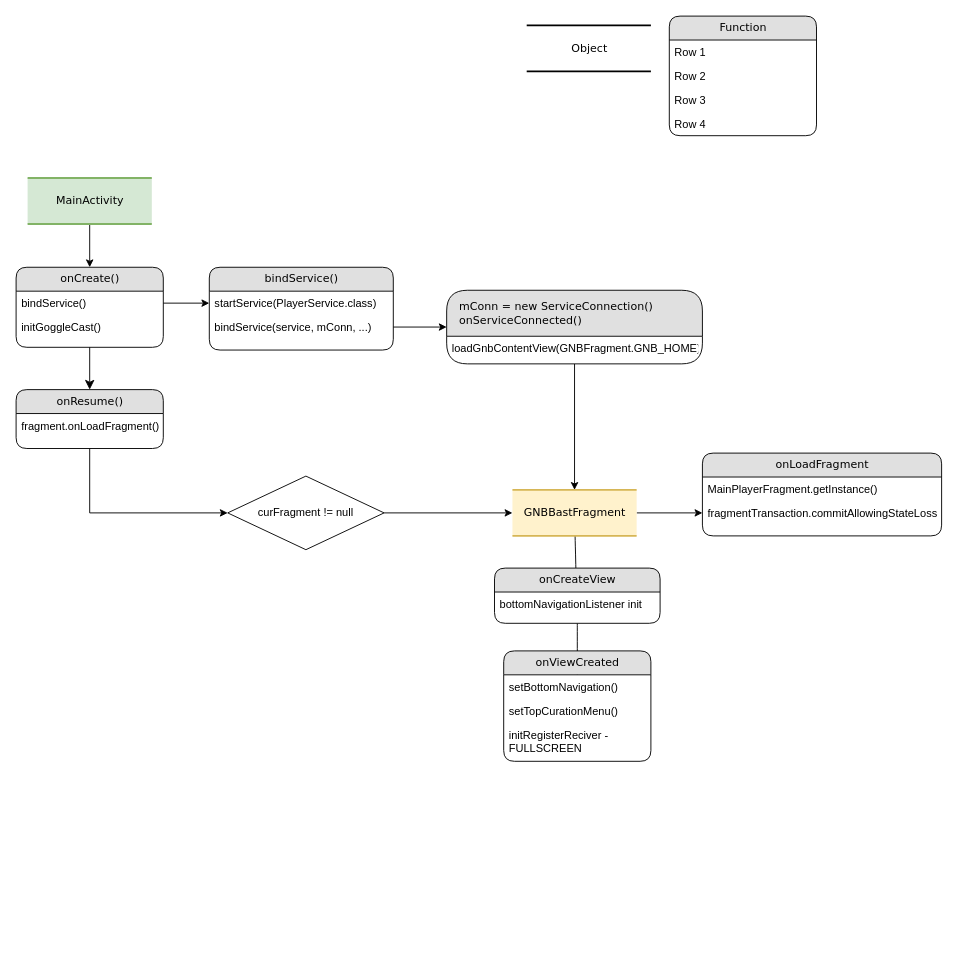
Above: myk-adStream.drawio in b3lon9/uml (draw.io), before the change. Source tidied: cells renumbered, new cells numbered last; positions are measured from the earlier drawing's top-left corner, leaving out a move shared by most shapes. Both pictures are drawn from the tidied source at 92%, with x=0, y=0 at pixel (16, 16).
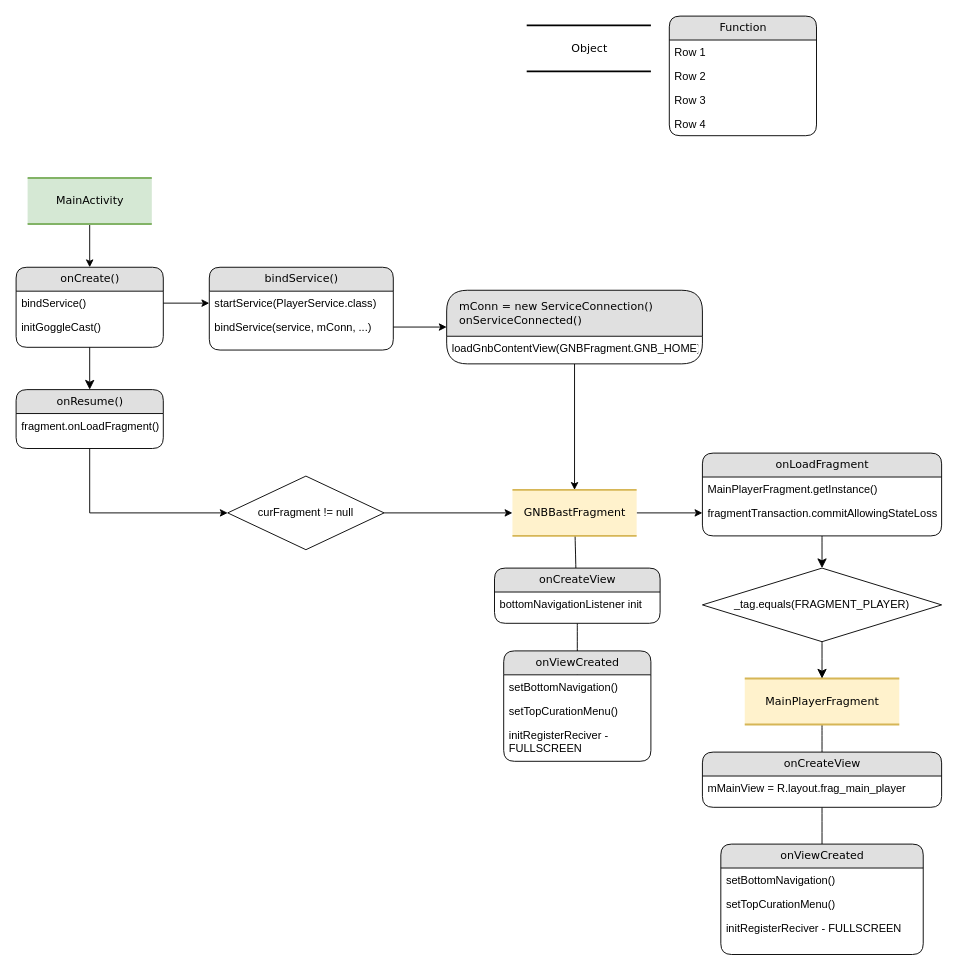
The same diagram, later.

The change refers to these unchanged cells:
```xml
<mxCell id="16" value="onLoadFragment" style="swimlane;html=1;fontStyle=0;horizontal=1;startSize=26;fillColor=#e0e0e0;swimlaneFillColor=#ffffff;align=center;rounded=1;shadow=0;comic=0;labelBackgroundColor=none;strokeWidth=1;fontFamily=Verdana;fontSize=12;" parent="1" vertex="1">
  <mxGeometry x="746" y="475" width="260" height="90" as="geometry" />
</mxCell>
```

The edit, as a diff of the source:
```diff
@@
+    <mxCell id="40" style="edgeStyle=none;curved=1;rounded=0;jettySize=auto;html=1;fontSize=12;startSize=8;endSize=8;" parent="1" edge="1" source="16" target="44">
+      <mxGeometry relative="1" as="geometry" />
+    </mxCell>
@@
+    <mxCell id="41" style="edgeStyle=none;curved=1;rounded=0;jettySize=auto;html=1;fontSize=12;startSize=8;endSize=8;" parent="1" edge="1" source="42" target="47">
+      <mxGeometry relative="1" as="geometry" />
+    </mxCell>
+    <mxCell id="42" value="MainPlayerFragment" style="html=1;rounded=0;shadow=0;comic=0;labelBackgroundColor=none;strokeWidth=2;fontFamily=Verdana;fontSize=12;align=center;shape=mxgraph.ios7ui.horLines;fillColor=#fff2cc;strokeColor=#d6b656;" parent="1" vertex="1">
+      <mxGeometry x="792" y="720" width="168" height="50" as="geometry" />
+    </mxCell>
+    <mxCell id="43" style="edgeStyle=none;curved=1;rounded=0;jettySize=auto;html=1;fontSize=12;startSize=8;endSize=8;" parent="1" edge="1" source="44" target="42">
+      <mxGeometry relative="1" as="geometry" />
+    </mxCell>
+    <mxCell id="44" value="_tag.equals(FRAGMENT_PLAYER)" style="rhombus;whiteSpace=wrap;html=1;fontSize=12;" parent="1" vertex="1">
+      <mxGeometry x="746" y="600" width="260" height="80" as="geometry" />
+    </mxCell>
+    <mxCell id="45" style="edgeStyle=none;curved=1;rounded=0;jettySize=auto;html=1;fontSize=12;startSize=8;endSize=8;" parent="1" edge="1" source="46" target="51">
+      <mxGeometry relative="1" as="geometry" />
+    </mxCell>
+    <mxCell id="46" value="onCreateView" style="swimlane;html=1;fontStyle=0;horizontal=1;startSize=26;fillColor=#e0e0e0;swimlaneFillColor=#ffffff;align=center;rounded=1;shadow=0;comic=0;labelBackgroundColor=none;strokeWidth=1;fontFamily=Verdana;fontSize=12;" parent="1" vertex="1">
+      <mxGeometry x="746" y="800" width="260" height="60" as="geometry" />
+    </mxCell>
+    <mxCell id="47" value="mMainView = R.layout.frag_main_player" style="text;html=1;strokeColor=none;fillColor=none;spacingLeft=4;spacingRight=4;whiteSpace=wrap;overflow=hidden;points=[[0,0.5],[1,0.5]];portConstraint=eastwest;" parent="46" vertex="1">
+      <mxGeometry y="26" width="260" height="26" as="geometry" />
+    </mxCell>
+    <mxCell id="48" value="onViewCreated" style="swimlane;html=1;fontStyle=0;horizontal=1;startSize=26;fillColor=#e0e0e0;swimlaneFillColor=#ffffff;align=center;rounded=1;shadow=0;comic=0;labelBackgroundColor=none;strokeWidth=1;fontFamily=Verdana;fontSize=12;" parent="1" vertex="1">
+      <mxGeometry x="766" y="900" width="220" height="120" as="geometry" />
+    </mxCell>
+    <mxCell id="49" value="setBottomNavigation()" style="text;html=1;strokeColor=none;fillColor=none;spacingLeft=4;spacingRight=4;whiteSpace=wrap;overflow=hidden;" parent="48" vertex="1">
+      <mxGeometry y="26" width="220" height="26" as="geometry" />
+    </mxCell>
+    <mxCell id="50" value="setTopCurationMenu()" style="text;html=1;strokeColor=none;fillColor=none;spacingLeft=4;spacingRight=4;whiteSpace=wrap;overflow=hidden;" parent="48" vertex="1">
+      <mxGeometry y="52" width="220" height="26" as="geometry" />
+    </mxCell>
+    <mxCell id="51" value="initRegisterReciver - FULLSCREEN" style="text;html=1;strokeColor=none;fillColor=none;spacingLeft=4;spacingRight=4;whiteSpace=wrap;overflow=hidden;points=[[0,0.5],[1,0.5]];portConstraint=eastwest;" parent="48" vertex="1">
+      <mxGeometry y="78" width="220" height="42" as="geometry" />
+    </mxCell>
```
